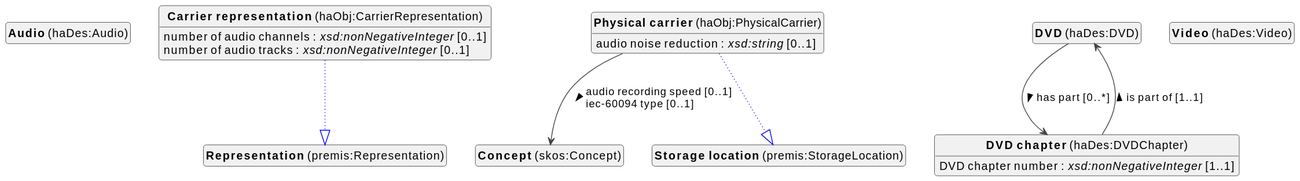
Above: docs/metadata/knowledge-graph/0.0.1/audiovisual/en/audiovisual-diagram.svg in viaacode/documentation-jekyll (PlantUML), before the change.
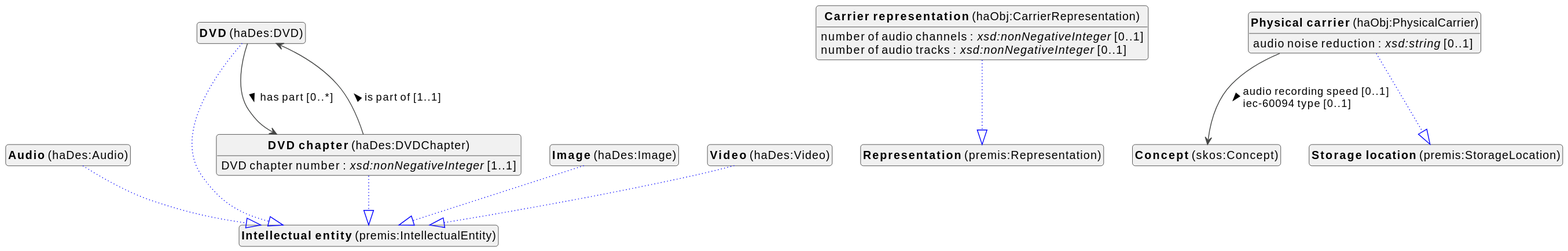
Later version of the same file.

The edit, as a diff of the source:
```diff
@@ -11,15 +11,22 @@
 
 
 class "<b>Audio</b> (haDes:Audio)" as haDes_Audio [[#haDes%3AAudio]]
+class "<b>Intellectual entity</b> (premis:IntellectualEntity)" as premis_IntellectualEntity [[#premis%3AIntellectualEntity]]
 class "<b>Carrier representation</b> (haObj:CarrierRepresentation)" as haObj_CarrierRepresentation [[#haObj%3ACarrierRepresentation]]
 class "<b>Representation</b> (premis:Representation)" as premis_Representation [[#premis%3ARepresentation]]
 class "<b>Concept</b> (skos:Concept)" as skos_Concept [[../../terms/en#skos%3AConcept]]
 class "<b>DVD</b> (haDes:DVD)" as haDes_DVD [[#haDes%3ADVD]]
+class "<b>Intellectual entity</b> (premis:IntellectualEntity)" as premis_IntellectualEntity [[#premis%3AIntellectualEntity]]
 class "<b>DVD chapter</b> (haDes:DVDChapter)" as haDes_DVDChapter [[#haDes%3ADVDChapter]]
+class "<b>Intellectual entity</b> (premis:IntellectualEntity)" as premis_IntellectualEntity [[#premis%3AIntellectualEntity]]
+class "<b>Image</b> (haDes:Image)" as haDes_Image [[#haDes%3AImage]]
+class "<b>Intellectual entity</b> (premis:IntellectualEntity)" as premis_IntellectualEntity [[#premis%3AIntellectualEntity]]
 class "<b>Physical carrier</b> (haObj:PhysicalCarrier)" as haObj_PhysicalCarrier [[#haObj%3APhysicalCarrier]]
 class "<b>Storage location</b> (premis:StorageLocation)" as premis_StorageLocation [[#premis%3AStorageLocation]]
 class "<b>Video</b> (haDes:Video)" as haDes_Video [[#haDes%3AVideo]]
+class "<b>Intellectual entity</b> (premis:IntellectualEntity)" as premis_IntellectualEntity [[#premis%3AIntellectualEntity]]
 
+haDes_Audio --|> premis_IntellectualEntity #blue;line.dotted;text:blue
 
 
 haObj_CarrierRepresentation --|> premis_Representation #blue;line.dotted;text:blue
@@ -30,12 +37,17 @@
 
 
 
+haDes_DVD --|> premis_IntellectualEntity #blue;line.dotted;text:blue
 
 haDes_DVD --> haDes_DVDChapter :has part [0..*]  >
 
+haDes_DVDChapter --|> premis_IntellectualEntity #blue;line.dotted;text:blue
 
 haDes_DVDChapter : DVD chapter number : <i>xsd:nonNegativeInteger</i> [1..1]
 haDes_DVDChapter --> haDes_DVD :is part of [1..1]  >
+
+
+haDes_Image --|> premis_IntellectualEntity #blue;line.dotted;text:blue
 
 
 haObj_PhysicalCarrier --|> premis_StorageLocation #blue;line.dotted;text:blue
@@ -44,6 +56,7 @@
 haObj_PhysicalCarrier --> skos_Concept :audio recording speed [0..1]  \liec-60094 type [0..1]  >
 
 
+haDes_Video --|> premis_IntellectualEntity #blue;line.dotted;text:blue
 
 
 
```
